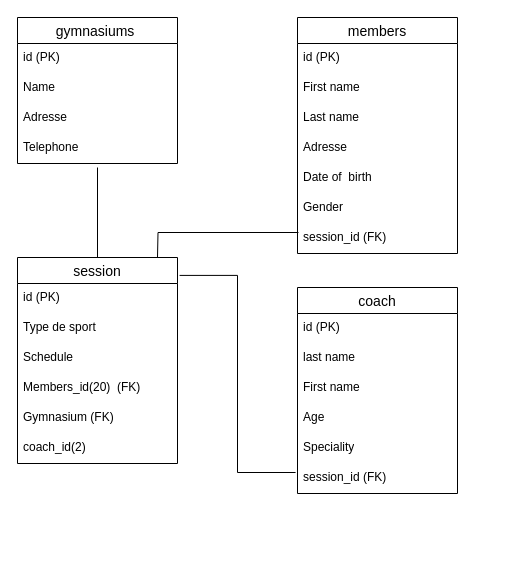
This is Untitled Diagram.drawio from Mrsoufixx/entityCheck, a draw.io file, before an edit. Source tidied: cells renumbered, new cells numbered last; positions are measured from the earlier drawing's top-left corner, leaving out a move shared by most shapes. Both pictures are drawn from the tidied source at 100%, with x=0, y=0 at pixel (17, 17).
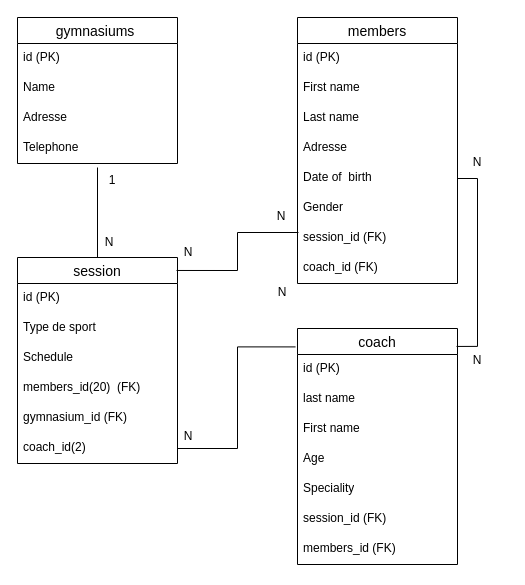
After the change.

The change refers to these unchanged cells:
```xml
<mxCell id="12" value="Date of&amp;nbsp; birth" style="text;strokeColor=none;fillColor=none;spacingLeft=4;spacingRight=4;overflow=hidden;points=[[0,0.5],[1,0.5]];portConstraint=eastwest;fontSize=12;whiteSpace=wrap;html=1;" parent="7" vertex="1">
  <mxGeometry y="146" width="160" height="30" as="geometry" />
</mxCell>
<mxCell id="14" value="session_id (FK)" style="text;strokeColor=none;fillColor=none;spacingLeft=4;spacingRight=4;overflow=hidden;points=[[0,0.5],[1,0.5]];portConstraint=eastwest;fontSize=12;whiteSpace=wrap;html=1;" parent="7" vertex="1">
  <mxGeometry y="206" width="160" height="30" as="geometry" />
</mxCell>
<mxCell id="15" value="session" style="swimlane;fontStyle=0;horizontal=1;startSize=26;align=center;fontSize=14;" parent="1" vertex="1">
  <mxGeometry y="240" width="160" height="206" as="geometry" />
</mxCell>
<mxCell id="21" value="coach_id(2)" style="text;strokeColor=none;fillColor=none;spacingLeft=4;spacingRight=4;overflow=hidden;points=[[0,0.5],[1,0.5]];portConstraint=eastwest;fontSize=12;whiteSpace=wrap;html=1;" parent="15" vertex="1">
  <mxGeometry y="176" width="160" height="30" as="geometry" />
</mxCell>
<mxCell id="28" value="session_id (FK)" style="text;strokeColor=none;fillColor=none;spacingLeft=4;spacingRight=4;overflow=hidden;points=[[0,0.5],[1,0.5]];portConstraint=eastwest;fontSize=12;whiteSpace=wrap;html=1;" parent="22" vertex="1">
  <mxGeometry y="176" width="160" height="30" as="geometry" />
</mxCell>
```

The edit, as a diff of the source:
```diff
@@
     <mxCell id="7" value="members" style="swimlane;fontStyle=0;horizontal=1;startSize=26;align=center;fontSize=14;" parent="1" vertex="1">
-      <mxGeometry x="280" width="160" height="236" as="geometry" />
+      <mxGeometry x="280" width="160" height="266" as="geometry" />
     </mxCell>
@@
+    <mxCell id="32" value="coach_id (FK)" style="text;strokeColor=none;fillColor=none;spacingLeft=4;spacingRight=4;overflow=hidden;fontSize=12;whiteSpace=wrap;html=1;" parent="7" vertex="1">
+      <mxGeometry y="236" width="160" height="30" as="geometry" />
+    </mxCell>
@@
-    <mxCell id="19" value="Members_id(20)&amp;nbsp; (FK)" style="text;strokeColor=none;fillColor=none;spacingLeft=4;spacingRight=4;overflow=hidden;fontSize=12;whiteSpace=wrap;html=1;" parent="15" vertex="1">
+    <mxCell id="19" value="members_id(20)&amp;nbsp; (FK)" style="text;strokeColor=none;fillColor=none;spacingLeft=4;spacingRight=4;overflow=hidden;fontSize=12;whiteSpace=wrap;html=1;" parent="15" vertex="1">
       <mxGeometry y="116" width="160" height="30" as="geometry" />
     </mxCell>
-    <mxCell id="20" value="Gymnasium (FK)" style="text;strokeColor=none;fillColor=none;spacingLeft=4;spacingRight=4;overflow=hidden;fontSize=12;whiteSpace=wrap;html=1;" parent="15" vertex="1">
+    <mxCell id="20" value="gymnasium_id (FK)" style="text;strokeColor=none;fillColor=none;spacingLeft=4;spacingRight=4;overflow=hidden;fontSize=12;whiteSpace=wrap;html=1;" parent="15" vertex="1">
       <mxGeometry y="146" width="160" height="30" as="geometry" />
     </mxCell>
@@
     <mxCell id="22" value="coach" style="swimlane;fontStyle=0;horizontal=1;startSize=26;align=center;fontSize=14;" parent="1" vertex="1">
-      <mxGeometry x="280" y="270" width="160" height="206" as="geometry" />
+      <mxGeometry x="280" y="311" width="160" height="236" as="geometry" />
     </mxCell>
@@
+    <mxCell id="33" value="members_id (FK)" style="text;strokeColor=none;fillColor=none;spacingLeft=4;spacingRight=4;overflow=hidden;fontSize=12;whiteSpace=wrap;html=1;" parent="22" vertex="1">
+      <mxGeometry y="206" width="160" height="30" as="geometry" />
+    </mxCell>
@@
-    <mxCell id="30" style="edgeStyle=orthogonalEdgeStyle;rounded=0;jettySize=auto;html=1;entryX=0.006;entryY=0.3;entryDx=0;entryDy=0;entryPerimeter=0;endArrow=none;endFill=0;" parent="1" edge="1" target="14">
-      <mxGeometry relative="1" as="geometry">
-        <mxPoint x="140" y="240" as="sourcePoint" />
-      </mxGeometry>
+    <mxCell id="30" style="edgeStyle=orthogonalEdgeStyle;rounded=0;jettySize=auto;html=1;entryX=0.006;entryY=0.3;entryDx=0;entryDy=0;entryPerimeter=0;endArrow=none;endFill=0;exitX=0.994;exitY=0.063;exitDx=0;exitDy=0;exitPerimeter=0;" parent="1" edge="1" source="15" target="14">
+      <mxGeometry relative="1" as="geometry" />
     </mxCell>
-    <mxCell id="31" style="edgeStyle=orthogonalEdgeStyle;rounded=0;jettySize=auto;html=1;exitX=1.013;exitY=0.087;exitDx=0;exitDy=0;entryX=-0.012;entryY=0.3;entryDx=0;entryDy=0;endArrow=none;endFill=0;exitPerimeter=0;entryPerimeter=0;" parent="1" edge="1" source="15" target="28">
+    <mxCell id="31" style="edgeStyle=orthogonalEdgeStyle;rounded=0;jettySize=auto;html=1;exitX=1;exitY=0.5;exitDx=0;exitDy=0;entryX=-0.012;entryY=0.078;entryDx=0;entryDy=0;endArrow=none;endFill=0;entryPerimeter=0;" parent="1" edge="1" source="21" target="22">
       <mxGeometry relative="1" as="geometry" />
     </mxCell>
+    <mxCell id="34" value="N" style="text;strokeColor=none;align=center;fillColor=none;html=1;verticalAlign=middle;whiteSpace=wrap;rounded=0;" parent="1" vertex="1">
+      <mxGeometry x="235" y="260" width="60" height="30" as="geometry" />
+    </mxCell>
+    <mxCell id="35" value="N" style="text;strokeColor=none;align=center;fillColor=none;html=1;verticalAlign=middle;whiteSpace=wrap;rounded=0;" parent="1" vertex="1">
+      <mxGeometry x="141" y="404" width="60" height="30" as="geometry" />
+    </mxCell>
+    <mxCell id="36" value="N" style="text;strokeColor=none;align=center;fillColor=none;html=1;verticalAlign=middle;whiteSpace=wrap;rounded=0;" parent="1" vertex="1">
+      <mxGeometry x="234" y="184" width="60" height="30" as="geometry" />
+    </mxCell>
+    <mxCell id="37" value="N" style="text;strokeColor=none;align=center;fillColor=none;html=1;verticalAlign=middle;whiteSpace=wrap;rounded=0;" parent="1" vertex="1">
+      <mxGeometry x="141" y="220" width="60" height="30" as="geometry" />
+    </mxCell>
+    <mxCell id="38" style="edgeStyle=orthogonalEdgeStyle;rounded=0;jettySize=auto;html=1;exitX=1;exitY=0.5;exitDx=0;exitDy=0;endArrow=none;endFill=0;entryX=0.994;entryY=0.076;entryDx=0;entryDy=0;entryPerimeter=0;" parent="1" edge="1" source="12" target="22">
+      <mxGeometry relative="1" as="geometry" />
+    </mxCell>
+    <mxCell id="39" value="N" style="text;strokeColor=none;align=center;fillColor=none;html=1;verticalAlign=middle;whiteSpace=wrap;rounded=0;" parent="1" vertex="1">
+      <mxGeometry x="62" y="210" width="60" height="30" as="geometry" />
+    </mxCell>
+    <mxCell id="40" value="1" style="text;strokeColor=none;align=center;fillColor=none;html=1;verticalAlign=middle;whiteSpace=wrap;rounded=0;" parent="1" vertex="1">
+      <mxGeometry x="65" y="148" width="60" height="30" as="geometry" />
+    </mxCell>
+    <mxCell id="41" value="N" style="text;strokeColor=none;align=center;fillColor=none;html=1;verticalAlign=middle;whiteSpace=wrap;rounded=0;" parent="1" vertex="1">
+      <mxGeometry x="430" y="130" width="60" height="30" as="geometry" />
+    </mxCell>
+    <mxCell id="42" value="N" style="text;strokeColor=none;align=center;fillColor=none;html=1;verticalAlign=middle;whiteSpace=wrap;rounded=0;" parent="1" vertex="1">
+      <mxGeometry x="430" y="328" width="60" height="30" as="geometry" />
+    </mxCell>
```
